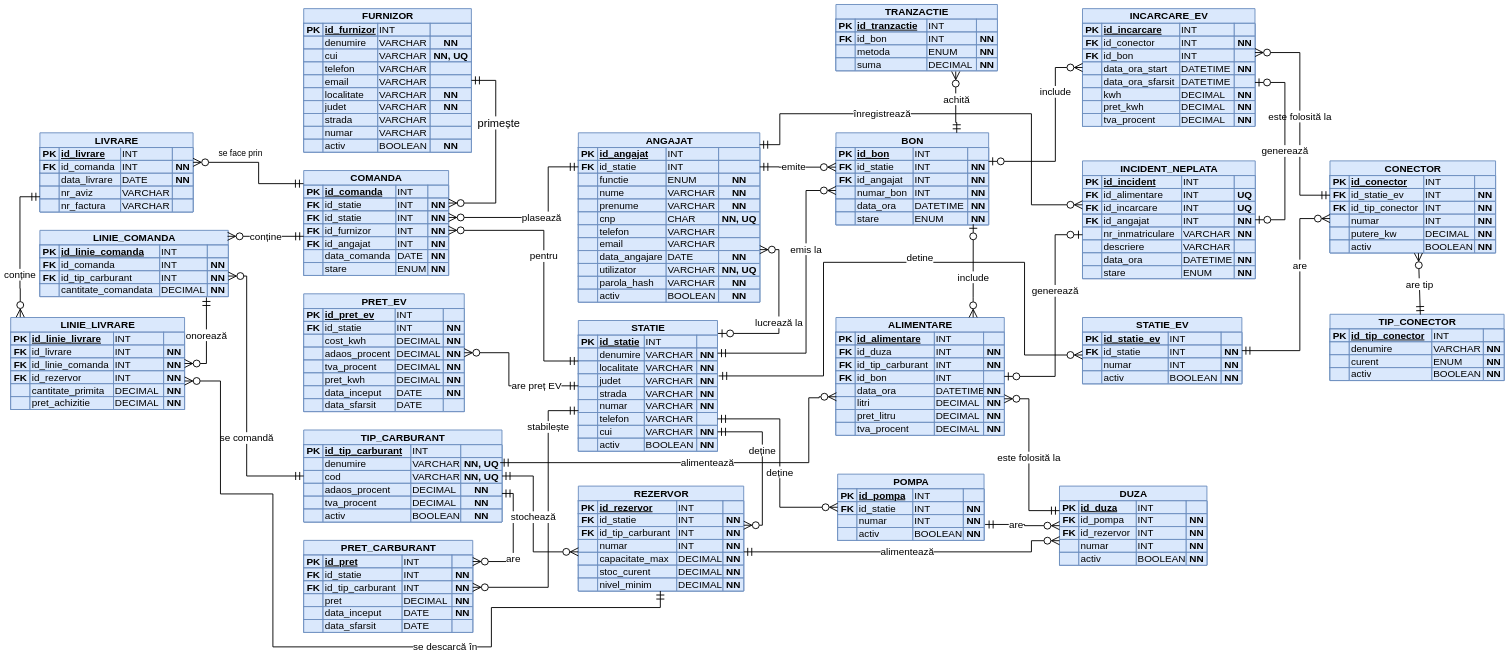
Earlier version of the draw.io diagram db/diagrams/model_logic_relational.drawio (croitoru2006/proiect-db). Source tidied: cells renumbered, new cells numbered last; positions are measured from the earlier drawing's top-left corner, leaving out a move shared by most shapes. Both pictures are drawn from the tidied source at 23%, with x=0, y=0 at pixel (11, 4).
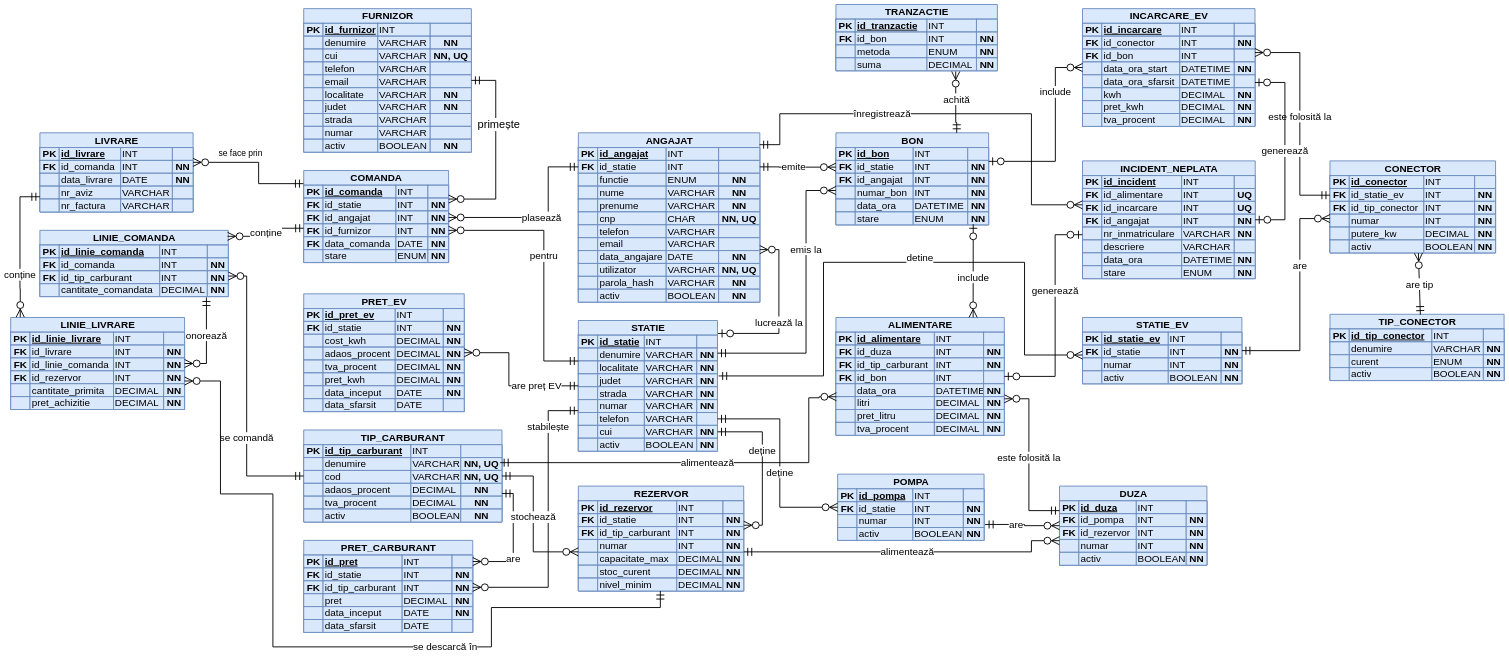
The same page after the edit.

Unchanged cells that the change refers to:
```xml
<mxCell id="306" value="FURNIZOR" style="shape=table;startSize=64;childLayout=tableLayout;rowLines=1;fontStyle=1;align=center;html=1;fontSize=43;columnLines=1;resizeLastRow=1;absoluteArcSize=0;miterlimit=3;tableRender=collapsed;evenRowColor=none;evenColumnColor=none;strokeWidth=4;fillColor=#dae8fc;strokeColor=#6c8ebf;" parent="1" vertex="1">
  <mxGeometry x="1274" y="18" width="729" height="624" as="geometry" />
</mxCell>
<mxCell id="368" style="shape=tableRow;horizontal=0;startSize=0;swimlaneHead=0;swimlaneBody=0;points=[[0,0.5],[1,0.5]];portConstraint=eastwest;html=1;fontSize=43;strokeWidth=4;fillColor=#dae8fc;strokeColor=#6c8ebf;" parent="357" vertex="1">
  <mxGeometry y="176" width="630" height="56" as="geometry" />
</mxCell>
<mxCell id="378" style="shape=tableRow;horizontal=0;startSize=0;swimlaneHead=0;swimlaneBody=0;html=1;fontSize=43;strokeWidth=4;fillColor=#dae8fc;strokeColor=#6c8ebf;" parent="357" vertex="1">
  <mxGeometry y="288" width="630" height="56" as="geometry" />
</mxCell>
<mxCell id="383" style="shape=tableRow;horizontal=0;startSize=0;swimlaneHead=0;swimlaneBody=0;html=1;fontSize=43;strokeWidth=4;fillColor=#dae8fc;strokeColor=#6c8ebf;" parent="357" vertex="1">
  <mxGeometry y="344" width="630" height="56" as="geometry" />
</mxCell>
```

The edit, as a diff of the source:
```diff
@@
     <mxCell id="357" value="COMANDA" style="shape=table;startSize=64;childLayout=tableLayout;rowLines=1;fontStyle=1;align=center;html=1;fontSize=43;columnLines=1;resizeLastRow=1;absoluteArcSize=0;miterlimit=3;tableRender=collapsed;evenRowColor=none;evenColumnColor=none;strokeWidth=4;fillColor=#dae8fc;strokeColor=#6c8ebf;" parent="1" vertex="1">
-      <mxGeometry x="1274" y="722" width="630" height="456" as="geometry" />
+      <mxGeometry x="1274" y="722" width="630" height="400" as="geometry" />
     </mxCell>
@@
-    <mxCell id="370" value="id_statie" style="shape=partialRectangle;align=left;spacingLeft=6;fontStyle=0;overflow=hidden;html=1;fontSize=43;strokeWidth=4;fillColor=#dae8fc;strokeColor=#6c8ebf;" parent="368" vertex="1">
+    <mxCell id="370" value="id_angajat" style="shape=partialRectangle;align=left;spacingLeft=6;fontStyle=0;overflow=hidden;html=1;fontSize=43;strokeWidth=4;fillColor=#dae8fc;strokeColor=#6c8ebf;" parent="368" vertex="1">
       <mxGeometry x="84" width="317" height="56" as="geometry" />
     </mxCell>
@@
-    <mxCell id="380" value="id_angajat" style="shape=partialRectangle;align=left;spacingLeft=6;fontStyle=0;overflow=hidden;html=1;fontSize=43;strokeWidth=4;fillColor=#dae8fc;strokeColor=#6c8ebf;" parent="378" vertex="1">
+    <mxCell id="380" value="data_comanda" style="shape=partialRectangle;align=left;spacingLeft=6;fontStyle=0;overflow=hidden;html=1;fontSize=43;strokeWidth=4;fillColor=#dae8fc;strokeColor=#6c8ebf;" parent="378" vertex="1">
       <mxGeometry x="84" width="317" height="56" as="geometry" />
     </mxCell>
-    <mxCell id="381" value="INT" style="shape=partialRectangle;align=left;spacingLeft=4;overflow=hidden;html=1;fontSize=43;strokeWidth=4;fillColor=#dae8fc;strokeColor=#6c8ebf;" parent="378" vertex="1">
+    <mxCell id="381" value="DATE" style="shape=partialRectangle;align=left;spacingLeft=4;overflow=hidden;html=1;fontSize=43;strokeWidth=4;fillColor=#dae8fc;strokeColor=#6c8ebf;" parent="378" vertex="1">
       <mxGeometry x="401" width="139" height="56" as="geometry" />
     </mxCell>
@@
-    <mxCell id="385" value="data_comanda" style="shape=partialRectangle;align=left;spacingLeft=6;fontStyle=0;overflow=hidden;html=1;fontSize=43;strokeWidth=4;fillColor=#dae8fc;strokeColor=#6c8ebf;" parent="383" vertex="1">
+    <mxCell id="385" value="stare" style="shape=partialRectangle;align=left;spacingLeft=6;fontStyle=0;overflow=hidden;html=1;fontSize=43;strokeWidth=4;fillColor=#dae8fc;strokeColor=#6c8ebf;" parent="383" vertex="1">
       <mxGeometry x="84" width="317" height="56" as="geometry" />
     </mxCell>
-    <mxCell id="386" value="DATE" style="shape=partialRectangle;align=left;spacingLeft=4;overflow=hidden;html=1;fontSize=43;strokeWidth=4;fillColor=#dae8fc;strokeColor=#6c8ebf;" parent="383" vertex="1">
+    <mxCell id="386" value="ENUM" style="shape=partialRectangle;align=left;spacingLeft=4;overflow=hidden;html=1;fontSize=43;strokeWidth=4;fillColor=#dae8fc;strokeColor=#6c8ebf;" parent="383" vertex="1">
       <mxGeometry x="401" width="139" height="56" as="geometry" />
     </mxCell>
@@
     <mxCell id="388" style="shape=tableRow;horizontal=0;startSize=0;swimlaneHead=0;swimlaneBody=0;html=1;fontSize=43;strokeWidth=4;fillColor=#dae8fc;strokeColor=#6c8ebf;" parent="357" vertex="1">
-      <mxGeometry y="400" width="630" height="56" as="geometry" />
+      <mxGeometry y="400" width="630" as="geometry" />
     </mxCell>
     <mxCell id="389" style="shape=partialRectangle;fontStyle=1;overflow=hidden;html=1;fontSize=43;strokeWidth=4;fillColor=#dae8fc;strokeColor=#6c8ebf;" parent="388" vertex="1">
-      <mxGeometry width="84" height="56" as="geometry" />
+      <mxGeometry width="84" as="geometry" />
     </mxCell>
-    <mxCell id="390" value="stare" style="shape=partialRectangle;align=left;spacingLeft=6;fontStyle=0;overflow=hidden;html=1;fontSize=43;strokeWidth=4;fillColor=#dae8fc;strokeColor=#6c8ebf;" parent="388" vertex="1">
-      <mxGeometry x="84" width="317" height="56" as="geometry" />
+    <mxCell id="390" style="shape=partialRectangle;align=left;spacingLeft=6;fontStyle=0;overflow=hidden;html=1;fontSize=43;strokeWidth=4;fillColor=#dae8fc;strokeColor=#6c8ebf;" parent="388" vertex="1">
+      <mxGeometry x="84" width="317" as="geometry" />
     </mxCell>
-    <mxCell id="391" value="ENUM" style="shape=partialRectangle;align=left;spacingLeft=4;overflow=hidden;html=1;fontSize=43;strokeWidth=4;fillColor=#dae8fc;strokeColor=#6c8ebf;" parent="388" vertex="1">
-      <mxGeometry x="401" width="139" height="56" as="geometry" />
+    <mxCell id="391" style="shape=partialRectangle;align=left;spacingLeft=4;overflow=hidden;html=1;fontSize=43;strokeWidth=4;fillColor=#dae8fc;strokeColor=#6c8ebf;" parent="388" vertex="1">
+      <mxGeometry x="401" width="139" as="geometry" />
     </mxCell>
-    <mxCell id="392" value="NN" style="shape=partialRectangle;align=center;overflow=hidden;html=1;fontSize=43;fontStyle=1;strokeWidth=4;fillColor=#dae8fc;strokeColor=#6c8ebf;" parent="388" vertex="1">
-      <mxGeometry x="540" width="90" height="56" as="geometry" />
+    <mxCell id="392" style="shape=partialRectangle;align=center;overflow=hidden;html=1;fontSize=43;fontStyle=1;strokeWidth=4;fillColor=#dae8fc;strokeColor=#6c8ebf;" parent="388" vertex="1">
+      <mxGeometry x="540" width="90" as="geometry" />
     </mxCell>
@@
     <mxCell id="720" value="&lt;font style=&quot;font-size: 48px;&quot;&gt;primește&lt;/font&gt;" style="edgeStyle=orthogonalEdgeStyle;rounded=0;html=1;startArrow=ERzeroToMany;startFill=0;endArrow=ERmandOne;endFill=0;fontSize=43;labelBackgroundColor=default;jettySize=auto;startSize=30;endSize=30;strokeWidth=4;exitX=1;exitY=0.31;exitDx=0;exitDy=0;entryX=1;entryY=0.5;entryDx=0;entryDy=0;fillColor=#dae8fc;strokeColor=#000000;" parent="1" edge="1" source="357" target="306">
-      <mxGeometry x="0.31" y="-13" relative="1" as="geometry">
+      <mxGeometry x="0.28" y="-13" relative="1" as="geometry">
         <Array as="points">
-          <mxPoint x="2109" y="863.4" />
+          <mxPoint x="2109" y="846" />
           <mxPoint x="2109" y="330" />
         </Array>
       </mxGeometry>
     </mxCell>
```
